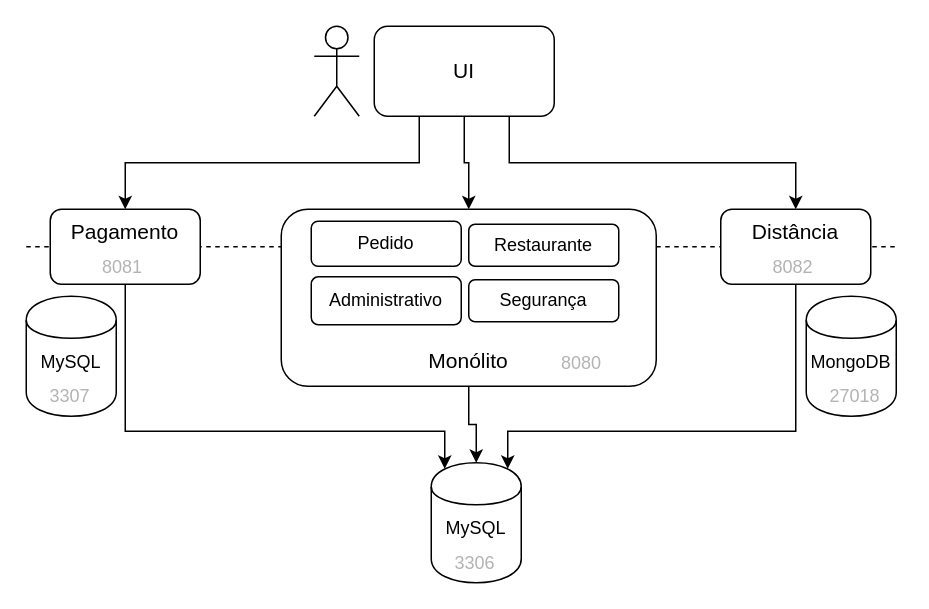
Above: imagens/04-migrando-dados/preparando-bds-separados-para-pagamentos-e-distancia.drawio in caelum/apostila-microservices-com-spring-cloud (draw.io), before the change. Source tidied: cells renumbered, new cells numbered last; positions are measured from the earlier drawing's top-left corner, leaving out a move shared by most shapes. Both pictures are drawn from the tidied source at 150%, with x=0, y=0 at pixel (26, 26).
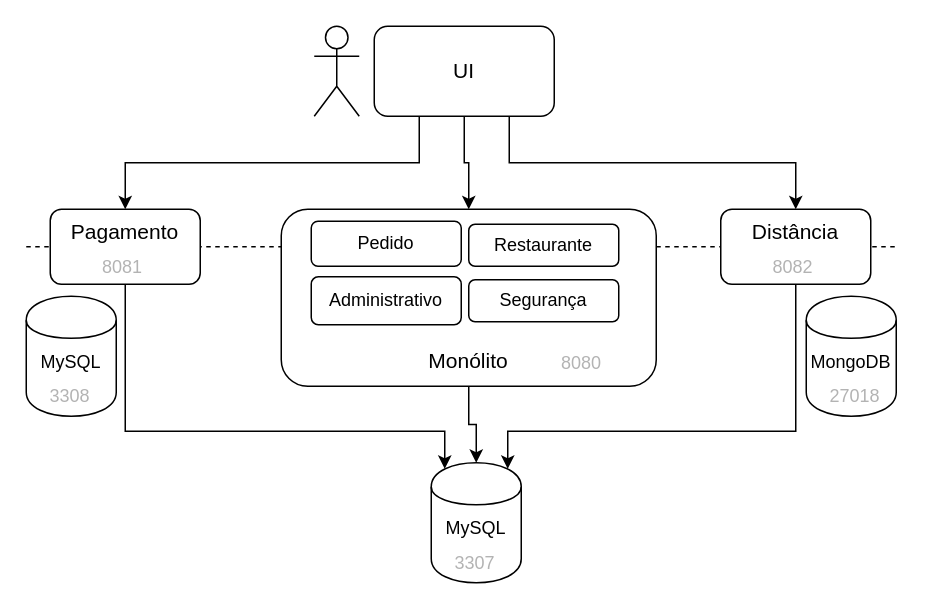
The same page after the edit.

The change refers to these unchanged cells:
```xml
<mxCell id="13" style="group;" parent="1" vertex="1">
  <mxGeometry x="270" y="291" width="60" height="80" as="geometry" />
</mxCell>
<mxCell id="29" style="group;" parent="1" vertex="1">
  <mxGeometry y="180" width="60" height="80" as="geometry" />
</mxCell>
```

Change to the diagram source:
```diff
@@
-    <mxCell id="15" value="3306" style="text;html=1;align=left;verticalAlign=top;spacingTop=-4;fontColor=#B3B3B3;" parent="13" vertex="1">
+    <mxCell id="15" value="3307" style="text;html=1;align=left;verticalAlign=top;spacingTop=-4;fontColor=#B3B3B3;" parent="13" vertex="1">
       <mxGeometry x="14" y="57" width="40" height="20" as="geometry" />
     </mxCell>
@@
-    <mxCell id="31" value="3307" style="text;html=1;align=left;verticalAlign=top;spacingTop=-4;fontColor=#B3B3B3;" parent="29" vertex="1">
+    <mxCell id="31" value="3308" style="text;html=1;align=left;verticalAlign=top;spacingTop=-4;fontColor=#B3B3B3;" parent="29" vertex="1">
       <mxGeometry x="14" y="57" width="40" height="20" as="geometry" />
     </mxCell>
```
